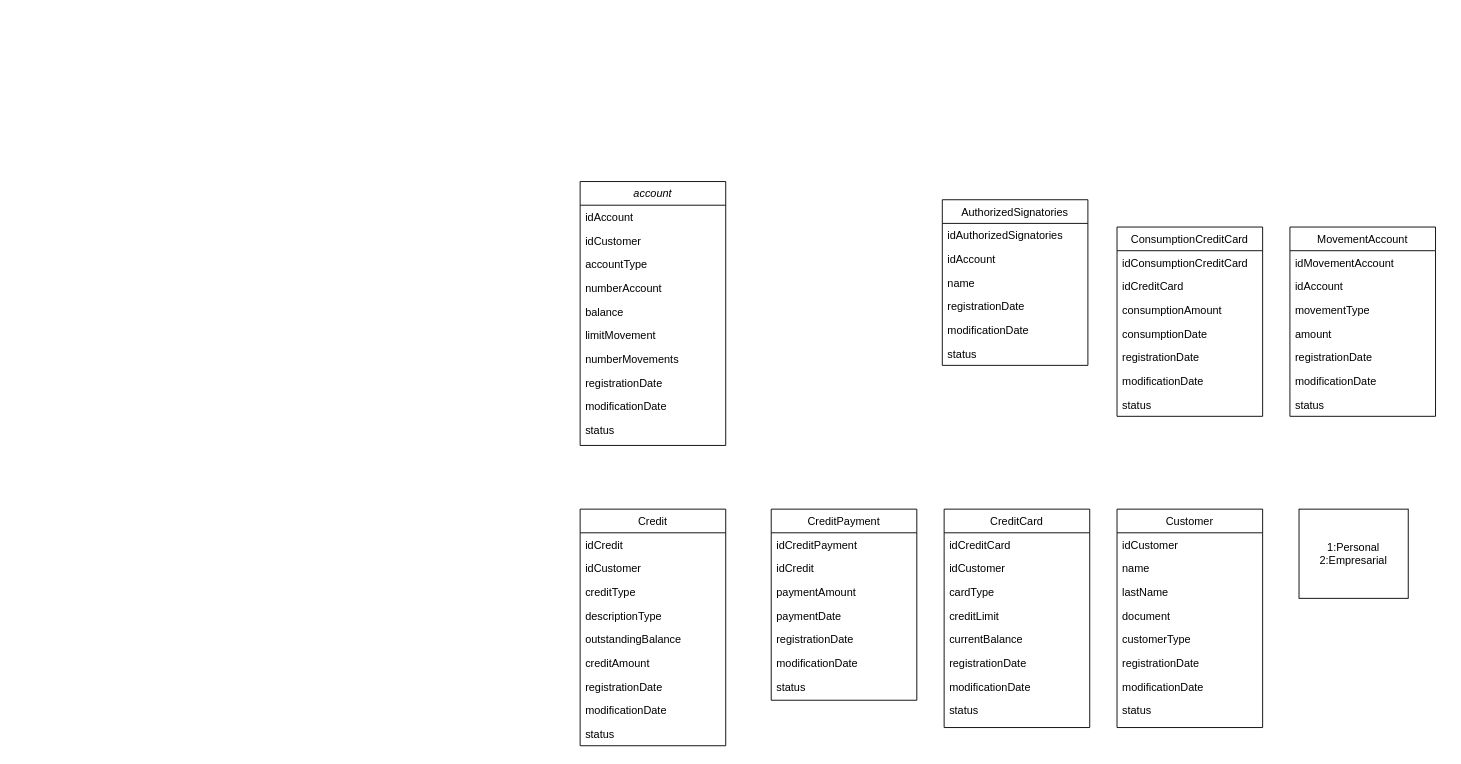
The draw.io diagram Diseño.drawio in sud11acr/design_ms, before the edit. Source tidied: cells renumbered, new cells numbered last; positions are measured from the earlier drawing's top-left corner, leaving out a move shared by most shapes. Both pictures are drawn from the tidied source at 91%, with x=0, y=0 at pixel (580, 181).
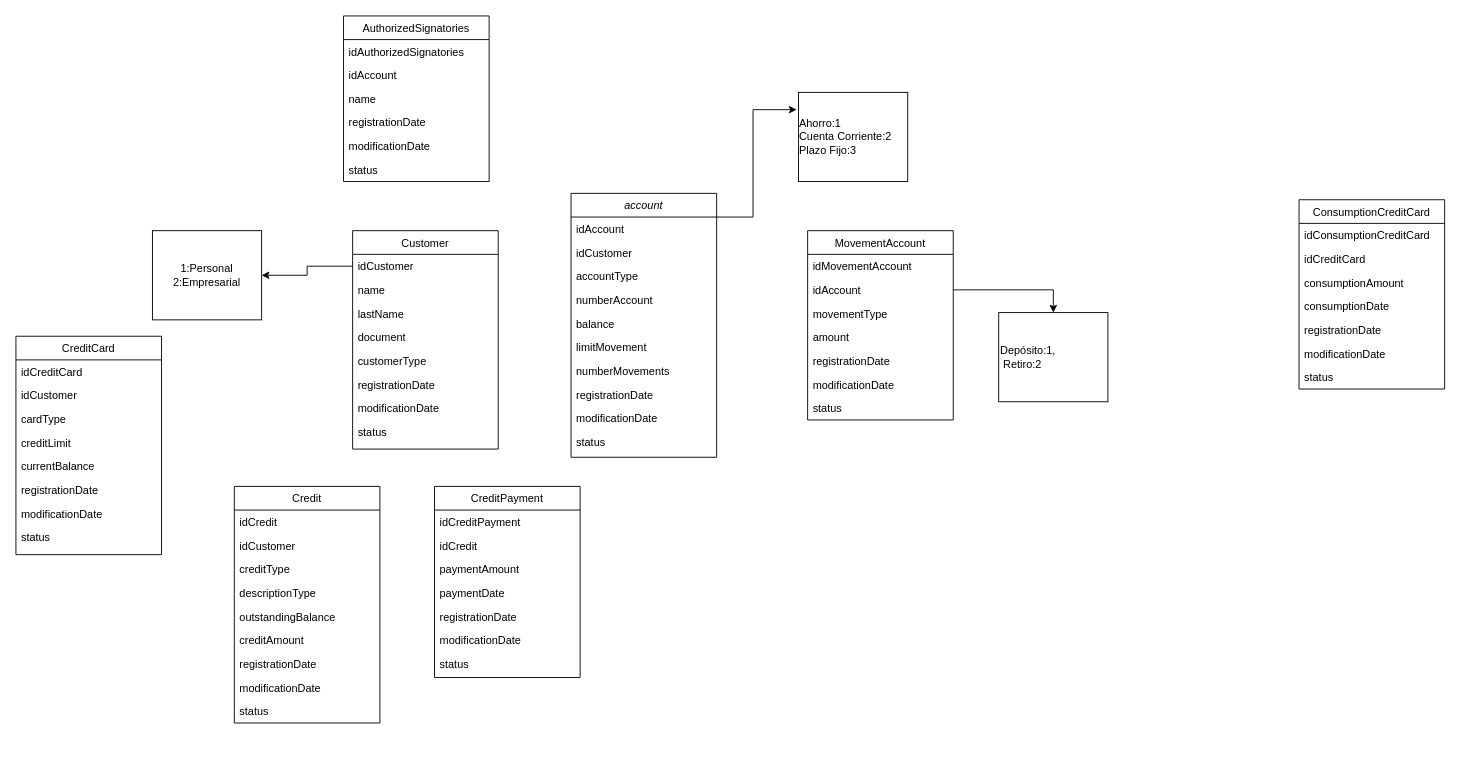
The same page after the edit.

Unchanged cells that the change refers to:
```xml
<mxCell id="3" value="idAccount&#10;" style="text;align=left;verticalAlign=top;spacingLeft=4;spacingRight=4;overflow=hidden;points=[[0,0.5],[1,0.5]];portConstraint=eastwest;" parent="2" vertex="1">
  <mxGeometry y="26" width="160" height="26" as="geometry" />
</mxCell>
<mxCell id="48" value="idCustomer" style="text;align=left;verticalAlign=top;spacingLeft=4;spacingRight=4;overflow=hidden;points=[[0,0.5],[1,0.5]];portConstraint=eastwest;" parent="47" vertex="1">
  <mxGeometry y="26" width="160" height="26" as="geometry" />
</mxCell>
<mxCell id="66" value="idAccount" style="text;align=left;verticalAlign=top;spacingLeft=4;spacingRight=4;overflow=hidden;points=[[0,0.5],[1,0.5]];portConstraint=eastwest;" parent="64" vertex="1">
  <mxGeometry y="52" width="160" height="26" as="geometry" />
</mxCell>
```

What changed in the source:
```diff
@@
     <mxCell id="2" value="account" style="swimlane;fontStyle=2;align=center;verticalAlign=top;horizontal=1;startSize=26;rounded=0;shadow=0;strokeWidth=1;" parent="1" vertex="1">
-      <mxGeometry width="160" height="290" as="geometry" />
+      <mxGeometry x="-10" y="13" width="160" height="290" as="geometry" />
     </mxCell>
@@
     <mxCell id="13" value="Credit" style="swimlane;fontStyle=0;align=center;verticalAlign=top;horizontal=1;startSize=26;rounded=0;shadow=0;strokeWidth=1;" parent="1" vertex="1">
-      <mxGeometry y="360" width="160" height="260" as="geometry" />
+      <mxGeometry x="-380" y="335" width="160" height="260" as="geometry" />
     </mxCell>
@@
     <mxCell id="23" value="CreditPayment" style="swimlane;fontStyle=0;align=center;verticalAlign=top;horizontal=1;startSize=26;rounded=0;shadow=0;strokeWidth=1;" parent="1" vertex="1">
-      <mxGeometry x="210" y="360" width="160" height="210" as="geometry" />
+      <mxGeometry x="-160" y="335" width="160" height="210" as="geometry" />
     </mxCell>
@@
     <mxCell id="31" value="AuthorizedSignatories" style="swimlane;fontStyle=0;align=center;verticalAlign=top;horizontal=1;startSize=26;rounded=0;shadow=0;strokeWidth=1;" parent="1" vertex="1">
-      <mxGeometry x="398" y="20" width="160" height="182" as="geometry" />
+      <mxGeometry x="-260" y="-182" width="160" height="182" as="geometry" />
     </mxCell>
@@
     <mxCell id="38" value="CreditCard" style="swimlane;fontStyle=0;align=center;verticalAlign=top;horizontal=1;startSize=26;rounded=0;shadow=0;strokeWidth=1;" parent="1" vertex="1">
-      <mxGeometry x="400" y="360" width="160" height="240" as="geometry" />
+      <mxGeometry x="-620" y="170" width="160" height="240" as="geometry" />
     </mxCell>
@@
     <mxCell id="47" value="Customer" style="swimlane;fontStyle=0;align=center;verticalAlign=top;horizontal=1;startSize=26;rounded=0;shadow=0;strokeWidth=1;" parent="1" vertex="1">
-      <mxGeometry x="590" y="360" width="160" height="240" as="geometry" />
+      <mxGeometry x="-250" y="54" width="160" height="240" as="geometry" />
     </mxCell>
@@
     <mxCell id="56" value="ConsumptionCreditCard" style="swimlane;fontStyle=0;align=center;verticalAlign=top;horizontal=1;startSize=26;rounded=0;shadow=0;strokeWidth=1;" parent="1" vertex="1">
-      <mxGeometry x="590" y="50" width="160" height="208" as="geometry" />
+      <mxGeometry x="790" y="20" width="160" height="208" as="geometry" />
     </mxCell>
@@
     <mxCell id="64" value="MovementAccount" style="swimlane;fontStyle=0;align=center;verticalAlign=top;horizontal=1;startSize=26;rounded=0;shadow=0;strokeWidth=1;" parent="1" vertex="1">
-      <mxGeometry x="780" y="50" width="160" height="208" as="geometry" />
+      <mxGeometry x="250" y="54" width="160" height="208" as="geometry" />
     </mxCell>
@@
     <mxCell id="72" value="1:Personal&lt;br&gt;2:Empresarial&lt;br&gt;" style="rounded=0;whiteSpace=wrap;html=1;" parent="1" vertex="1">
-      <mxGeometry x="790" y="360" width="120" height="98" as="geometry" />
+      <mxGeometry x="-470" y="54" width="120" height="98" as="geometry" />
     </mxCell>
+    <mxCell id="73" style="edgeStyle=orthogonalEdgeStyle;rounded=0;jettySize=auto;html=1;" parent="1" edge="1" source="48" target="72">
+      <mxGeometry relative="1" as="geometry" />
+    </mxCell>
+    <mxCell id="74" value="&lt;div style=&quot;text-align: left;&quot;&gt;&lt;span style=&quot;background-color: initial;&quot;&gt;Ahorro:1&lt;/span&gt;&lt;/div&gt;&lt;div style=&quot;text-align: left;&quot;&gt;&lt;span style=&quot;background-color: initial;&quot;&gt;Cuenta Corriente:2 Plazo Fijo:3&lt;/span&gt;&lt;/div&gt;" style="rounded=0;whiteSpace=wrap;html=1;" parent="1" vertex="1">
+      <mxGeometry x="240" y="-98" width="120" height="98" as="geometry" />
+    </mxCell>
+    <mxCell id="75" style="edgeStyle=orthogonalEdgeStyle;rounded=0;jettySize=auto;html=1;entryX=-0.017;entryY=0.194;entryDx=0;entryDy=0;entryPerimeter=0;" parent="1" edge="1" source="3" target="74">
+      <mxGeometry relative="1" as="geometry">
+        <Array as="points">
+          <mxPoint x="190" y="39" />
+          <mxPoint x="190" y="-79" />
+        </Array>
+      </mxGeometry>
+    </mxCell>
+    <mxCell id="76" value="Depósito:1,&lt;br&gt;&amp;nbsp;Retiro:2" style="rounded=0;whiteSpace=wrap;html=1;align=left;" parent="1" vertex="1">
+      <mxGeometry x="460" y="144" width="120" height="98" as="geometry" />
+    </mxCell>
+    <mxCell id="77" style="edgeStyle=orthogonalEdgeStyle;rounded=0;jettySize=auto;html=1;" parent="1" edge="1" source="66" target="76">
+      <mxGeometry relative="1" as="geometry" />
+    </mxCell>
```
